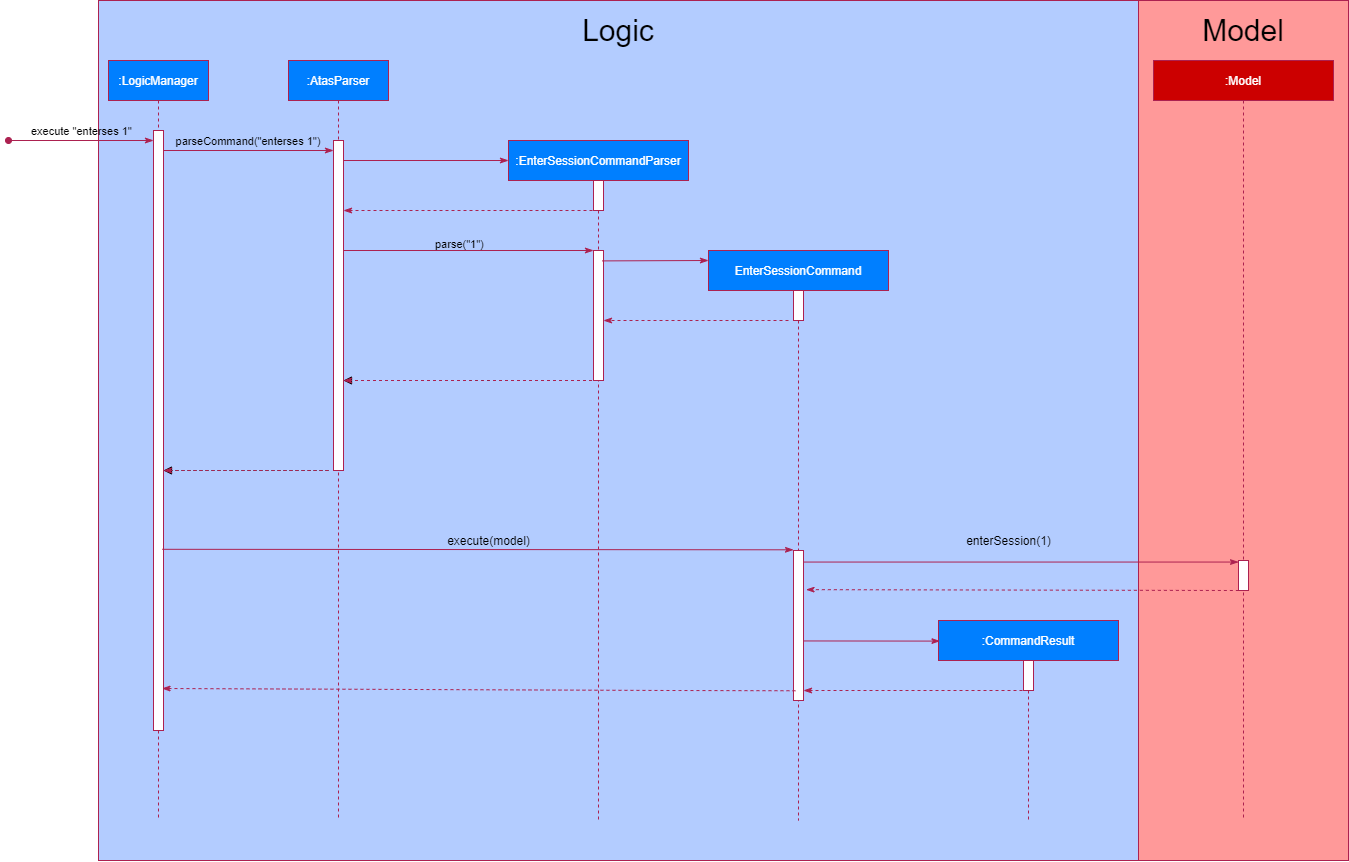
Above: docs/images/developer-guide/4.4.1-EnterSessionSequenceDiagram.png in nweiyue/tp (draw.io), before the change. Source tidied: cells renumbered, new cells last; positions are measured from the earlier drawing's top-left corner, leaving out a move shared by most shapes.
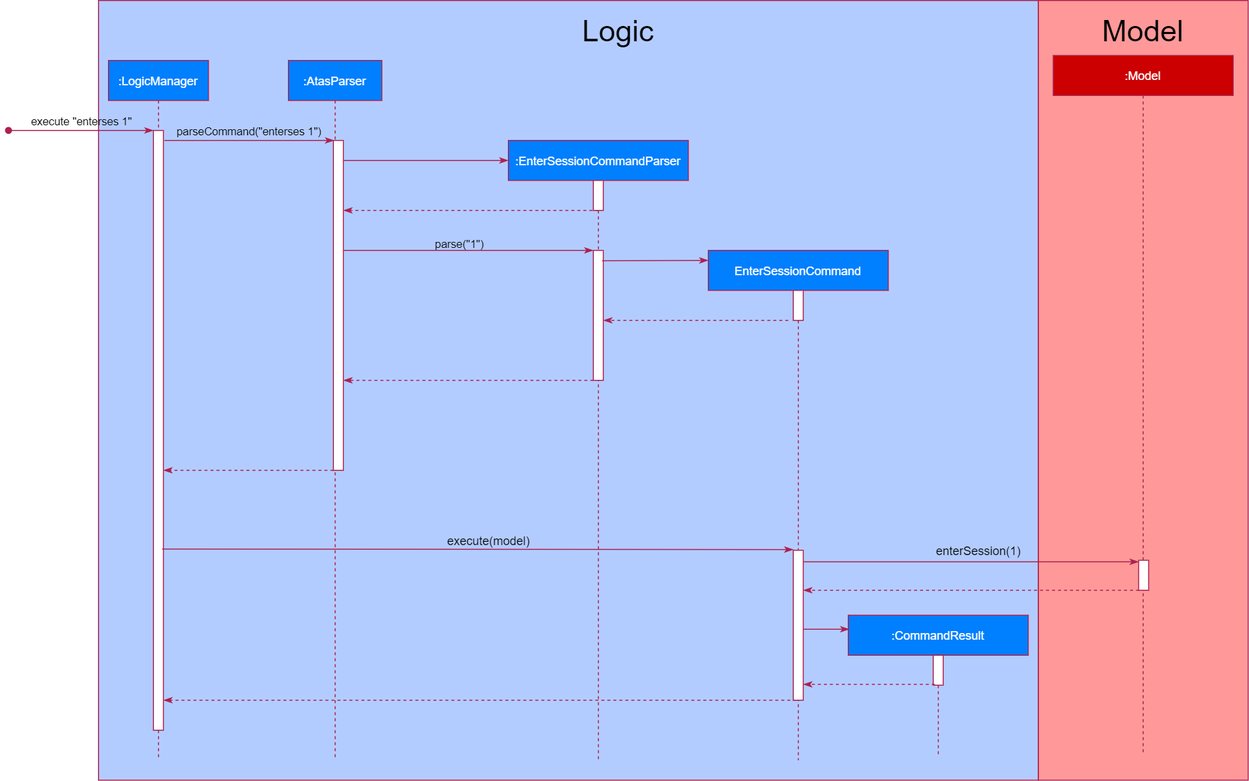
The same diagram one commit later.

Commit message:
Increase size of enterses sequence diagram

Diff of the diagram source:
```diff
@@ -3,19 +3,19 @@
     <mxCell id="0" />
     <mxCell id="1" parent="0" />
     <mxCell id="2" style="rounded=0;whiteSpace=wrap;html=1;fillColor=#FF9999;strokeColor=#AC2150;" parent="1" vertex="1">
-      <mxGeometry x="1130" width="210" height="860" as="geometry" />
+      <mxGeometry x="1030" width="210" height="780" as="geometry" />
     </mxCell>
     <mxCell id="3" style="rounded=0;whiteSpace=wrap;html=1;fillColor=#B3CCFF;perimeterSpacing=0;strokeColor=#AC2150;" parent="1" vertex="1">
-      <mxGeometry x="90" width="1040" height="860" as="geometry" />
+      <mxGeometry x="90" width="940" height="780" as="geometry" />
     </mxCell>
-    <mxCell id="4" style="verticalAlign=bottom;endArrow=classicThin;shadow=0;strokeWidth=1;dashed=1;exitX=0.036;exitY=1;exitDx=0;exitDy=0;exitPerimeter=0;entryX=0.542;entryY=0.595;entryDx=0;entryDy=0;entryPerimeter=0;strokeColor=#AC2150;endFill=1;" parent="1" edge="1" source="25" target="13">
+    <mxCell id="4" style="verticalAlign=bottom;endArrow=classicThin;shadow=0;strokeWidth=1;dashed=1;exitX=0.036;exitY=1;exitDx=0;exitDy=0;exitPerimeter=0;strokeColor=#AC2150;endFill=1;" parent="1" edge="1" source="25" target="15">
       <mxGeometry relative="1" as="geometry" />
     </mxCell>
     <mxCell id="5" style="verticalAlign=bottom;endArrow=classicThin;shadow=0;strokeWidth=1;exitX=0.867;exitY=0.077;exitDx=0;exitDy=0;exitPerimeter=0;strokeColor=#AC2150;endFill=1;" parent="1" edge="1" source="15" target="25">
       <mxGeometry relative="1" as="geometry" />
     </mxCell>
     <mxCell id="6" value=":EnterSessionCommandParser" style="shape=umlLifeline;perimeter=lifelinePerimeter;rounded=0;shadow=0;strokeWidth=1;fillColor=#007FFF;fontColor=#FFFFFF;strokeColor=#AC2150;" parent="1" vertex="1">
-      <mxGeometry x="500" y="140" width="180" height="680" as="geometry" />
+      <mxGeometry x="500" y="140" width="180" height="620" as="geometry" />
     </mxCell>
     <mxCell id="7" style="perimeter=orthogonalPerimeter;rounded=0;shadow=0;strokeWidth=1;strokeColor=#AC2150;" parent="6" vertex="1">
       <mxGeometry x="85" y="40" width="10" height="30" as="geometry" />
@@ -24,19 +24,19 @@
       <mxGeometry x="85" y="110" width="10" height="130" as="geometry" />
     </mxCell>
     <mxCell id="9" value=":LogicManager" style="shape=umlLifeline;perimeter=lifelinePerimeter;rounded=0;shadow=0;strokeWidth=1;fillColor=#007FFF;fontColor=#FFFFFF;strokeColor=#AC2150;" parent="1" vertex="1">
-      <mxGeometry x="100" y="60" width="100" height="760" as="geometry" />
+      <mxGeometry x="100" y="60" width="100" height="700" as="geometry" />
     </mxCell>
     <mxCell id="10" style="points=[];perimeter=orthogonalPerimeter;rounded=0;shadow=0;strokeWidth=1;strokeColor=#AC2150;" parent="9" vertex="1">
       <mxGeometry x="45" y="70" width="10" height="600" as="geometry" />
     </mxCell>
     <mxCell id="11" value=":AtasParser" style="shape=umlLifeline;perimeter=lifelinePerimeter;rounded=0;shadow=0;strokeWidth=1;fillColor=#007FFF;fontColor=#FFFFFF;strokeColor=#AC2150;" parent="1" vertex="1">
-      <mxGeometry x="280" y="60" width="100" height="760" as="geometry" />
+      <mxGeometry x="280" y="60" width="93.4" height="700" as="geometry" />
     </mxCell>
     <mxCell id="12" style="points=[];perimeter=orthogonalPerimeter;rounded=0;shadow=0;strokeWidth=1;strokeColor=#AC2150;" parent="11" vertex="1">
       <mxGeometry x="45" y="80" width="10" height="330" as="geometry" />
     </mxCell>
     <mxCell id="13" value="EnterSessionCommand" style="shape=umlLifeline;perimeter=lifelinePerimeter;rounded=0;shadow=0;strokeWidth=1;fillColor=#007FFF;fontColor=#FFFFFF;strokeColor=#AC2150;" parent="1" vertex="1">
-      <mxGeometry x="700" y="250" width="180" height="570" as="geometry" />
+      <mxGeometry x="700" y="250" width="180" height="510" as="geometry" />
     </mxCell>
     <mxCell id="14" style="perimeter=orthogonalPerimeter;rounded=0;shadow=0;strokeWidth=1;fontColor=#AC2150;strokeColor=#AC2150;" parent="13" vertex="1">
       <mxGeometry x="85" y="40" width="10" height="30" as="geometry" />
@@ -48,43 +48,28 @@
       <mxGeometry x="430" y="530" width="100" height="20" as="geometry" />
     </mxCell>
     <mxCell id="17" value=":CommandResult" style="shape=umlLifeline;perimeter=lifelinePerimeter;rounded=0;shadow=0;strokeWidth=1;fillColor=#007FFF;fontColor=#FFFFFF;strokeColor=#AC2150;" parent="1" vertex="1">
-      <mxGeometry x="930" y="620" width="180" height="200" as="geometry" />
+      <mxGeometry x="840" y="615" width="180" height="140" as="geometry" />
     </mxCell>
     <mxCell id="18" style="perimeter=orthogonalPerimeter;rounded=0;shadow=0;strokeWidth=1;fontColor=#AC2150;strokeColor=#AC2150;" parent="17" vertex="1">
       <mxGeometry x="85" y="40" width="10" height="30" as="geometry" />
     </mxCell>
-    <mxCell id="19" style="verticalAlign=bottom;endArrow=block;shadow=0;strokeWidth=1;dashed=1;" parent="1" edge="1" source="6" target="12">
-      <mxGeometry relative="1" as="geometry">
-        <Array as="points">
-          <mxPoint x="470" y="380" />
-        </Array>
-      </mxGeometry>
-    </mxCell>
-    <mxCell id="20" style="verticalAlign=bottom;endArrow=classicThin;shadow=0;strokeWidth=1;dashed=1;strokeColor=#AC2150;endFill=1;" parent="1" edge="1" target="15">
-      <mxGeometry relative="1" as="geometry">
-        <mxPoint x="1020" y="690" as="sourcePoint" />
-      </mxGeometry>
+    <mxCell id="20" style="verticalAlign=bottom;endArrow=classicThin;shadow=0;strokeWidth=1;dashed=1;strokeColor=#AC2150;endFill=1;exitX=0.481;exitY=0.494;exitDx=0;exitDy=0;exitPerimeter=0;" parent="1" edge="1" source="17" target="15">
+      <mxGeometry relative="1" as="geometry" />
     </mxCell>
     <mxCell id="21" value=":Model" style="shape=umlLifeline;perimeter=lifelinePerimeter;rounded=0;shadow=0;strokeWidth=1;fillColor=#CC0000;fontColor=#FFFFFF;strokeColor=#AC2150;" parent="1" vertex="1">
-      <mxGeometry x="1145" y="60" width="180" height="760" as="geometry" />
+      <mxGeometry x="1045" y="55" width="180" height="700" as="geometry" />
     </mxCell>
+    <mxCell id="25" style="points=[];perimeter=orthogonalPerimeter;rounded=0;shadow=0;strokeWidth=1;strokeColor=#AC2150;" parent="21" vertex="1">
+      <mxGeometry x="85.5" y="505" width="10" height="30" as="geometry" />
+    </mxCell>
-    <mxCell id="22" style="verticalAlign=bottom;endArrow=classicThin;shadow=0;strokeWidth=1;exitX=0.528;exitY=0.685;exitDx=0;exitDy=0;exitPerimeter=0;strokeColor=#AC2150;endFill=1;entryX=0.008;entryY=0.103;entryDx=0;entryDy=0;entryPerimeter=0;" parent="1" edge="1" source="13" target="17">
-      <mxGeometry relative="1" as="geometry" />
+    <mxCell id="22" style="verticalAlign=bottom;endArrow=classicThin;shadow=0;strokeWidth=1;strokeColor=#AC2150;endFill=1;" parent="1" edge="1" source="15">
+      <mxGeometry relative="1" as="geometry">
+        <mxPoint x="841" y="629" as="targetPoint" />
+      </mxGeometry>
     </mxCell>
-    <mxCell id="23" style="verticalAlign=bottom;endArrow=block;shadow=0;strokeWidth=1;dashed=1;" parent="1" edge="1" target="10">
-      <mxGeometry relative="1" as="geometry">
-        <mxPoint x="320" y="470" as="sourcePoint" />
-        <Array as="points">
-          <mxPoint x="300.7" y="470" />
-        </Array>
-      </mxGeometry>
-    </mxCell>
     <mxCell id="24" value="enterSession(1)" style="text;html=1;align=center;verticalAlign=middle;" parent="1" vertex="1">
-      <mxGeometry x="950" y="530" width="100" height="20" as="geometry" />
+      <mxGeometry x="920" y="540" width="100" height="20" as="geometry" />
     </mxCell>
-    <mxCell id="25" style="points=[];perimeter=orthogonalPerimeter;rounded=0;shadow=0;strokeWidth=1;strokeColor=#AC2150;" parent="1" vertex="1">
-      <mxGeometry x="1230" y="560" width="10" height="30" as="geometry" />
-    </mxCell>
     <mxCell id="26" value="&lt;span style=&quot;color: rgb(0 , 0 , 0) ; font-family: &amp;#34;helvetica&amp;#34; ; font-size: 11px ; font-style: normal ; font-weight: 400 ; letter-spacing: normal ; text-align: center ; text-indent: 0px ; text-transform: none ; word-spacing: 0px ; display: inline ; float: none&quot;&gt;parse(&quot;1&quot;)&lt;/span&gt;" style="text;whiteSpace=wrap;html=1;" parent="1" vertex="1">
       <mxGeometry x="425" y="230" width="160" height="30" as="geometry" />
     </mxCell>
@@ -92,18 +77,17 @@
       <mxGeometry x="555" y="10" width="110" height="40" as="geometry" />
     </mxCell>
     <mxCell id="28" value="Model" style="text;html=1;strokeColor=none;fillColor=none;align=center;verticalAlign=middle;whiteSpace=wrap;rounded=0;fontSize=30;" parent="1" vertex="1">
-      <mxGeometry x="1180" y="10" width="110" height="40" as="geometry" />
+      <mxGeometry x="1080" y="10" width="110" height="40" as="geometry" />
     </mxCell>
     <mxCell id="29" value="execute &quot;enterses 1&quot;" style="verticalAlign=bottom;startArrow=oval;endArrow=classicThin;shadow=0;strokeWidth=1;labelBackgroundColor=none;rounded=1;strokeColor=#AC2150;endFill=1;" parent="1" edge="1">
       <mxGeometry relative="1" as="geometry">
-        <mxPoint y="140" as="sourcePoint" />
-        <mxPoint x="145" y="140" as="targetPoint" />
+        <mxPoint y="130" as="sourcePoint" />
+        <mxPoint x="145" y="130" as="targetPoint" />
       </mxGeometry>
     </mxCell>
-    <mxCell id="30" value="parseCommand(&quot;enterses 1&quot;)" style="verticalAlign=bottom;endArrow=classicThin;entryX=0;entryY=0;shadow=0;strokeWidth=1;labelBackgroundColor=none;strokeColor=#AC2150;endFill=1;" parent="1" edge="1">
+    <mxCell id="30" value="parseCommand(&quot;enterses 1&quot;)" style="verticalAlign=bottom;endArrow=classicThin;shadow=0;strokeWidth=1;labelBackgroundColor=none;strokeColor=#AC2150;endFill=1;entryX=0.068;entryY=0;entryDx=0;entryDy=0;entryPerimeter=0;" parent="1" edge="1" target="12">
       <mxGeometry relative="1" as="geometry">
-        <mxPoint x="155" y="150" as="sourcePoint" />
-        <mxPoint x="325" y="150" as="targetPoint" />
+        <mxPoint x="156" y="140" as="sourcePoint" />
       </mxGeometry>
     </mxCell>
     <mxCell id="31" style="verticalAlign=bottom;endArrow=classicThin;entryX=0;entryY=0;shadow=0;strokeWidth=1;strokeColor=#AC2150;endFill=1;" parent="1" edge="1" source="12">
@@ -121,21 +105,19 @@
         <mxPoint x="585" y="250" as="targetPoint" />
       </mxGeometry>
     </mxCell>
-    <mxCell id="34" style="verticalAlign=bottom;endArrow=classicThin;shadow=0;strokeWidth=1;dashed=1;strokeColor=#AC2150;endFill=1;" parent="1" edge="1">
+    <mxCell id="34" style="verticalAlign=bottom;endArrow=classicThin;shadow=0;strokeWidth=1;dashed=1;strokeColor=#AC2150;endFill=1;" parent="1" edge="1" target="12">
       <mxGeometry relative="1" as="geometry">
-        <mxPoint x="589.5" y="380" as="sourcePoint" />
-        <mxPoint x="335" y="380" as="targetPoint" />
+        <mxPoint x="585" y="380" as="sourcePoint" />
         <Array as="points">
-          <mxPoint x="470" y="380" />
+          <mxPoint x="465.5" y="380" />
         </Array>
       </mxGeometry>
     </mxCell>
-    <mxCell id="35" style="verticalAlign=bottom;endArrow=classicThin;shadow=0;strokeWidth=1;dashed=1;strokeColor=#AC2150;endFill=1;" parent="1" edge="1">
+    <mxCell id="35" style="verticalAlign=bottom;endArrow=classicThin;shadow=0;strokeWidth=1;dashed=1;strokeColor=#AC2150;endFill=1;" parent="1" edge="1" target="10">
       <mxGeometry relative="1" as="geometry">
-        <mxPoint x="320" y="470" as="sourcePoint" />
-        <mxPoint x="155" y="470" as="targetPoint" />
+        <mxPoint x="325" y="470" as="sourcePoint" />
         <Array as="points">
-          <mxPoint x="300.7" y="470" />
+          <mxPoint x="305.7" y="470" />
         </Array>
       </mxGeometry>
     </mxCell>
@@ -155,11 +137,9 @@
         <mxPoint x="785" y="549.3" as="targetPoint" />
       </mxGeometry>
     </mxCell>
-    <mxCell id="39" style="verticalAlign=bottom;endArrow=classicThin;shadow=0;strokeWidth=1;dashed=1;strokeColor=#AC2150;endFill=1;entryX=0.848;entryY=0.93;entryDx=0;entryDy=0;entryPerimeter=0;exitX=0.196;exitY=0.935;exitDx=0;exitDy=0;exitPerimeter=0;" parent="1" edge="1" source="15" target="10">
+    <mxCell id="39" style="verticalAlign=bottom;endArrow=classicThin;shadow=0;strokeWidth=1;dashed=1;strokeColor=#AC2150;endFill=1;" parent="1" edge="1" target="10">
       <mxGeometry relative="1" as="geometry">
-        <Array as="points">
-          <mxPoint x="660.7" y="690" />
-        </Array>
+        <mxPoint x="788" y="700" as="sourcePoint" />
       </mxGeometry>
     </mxCell>
   </root>
```
